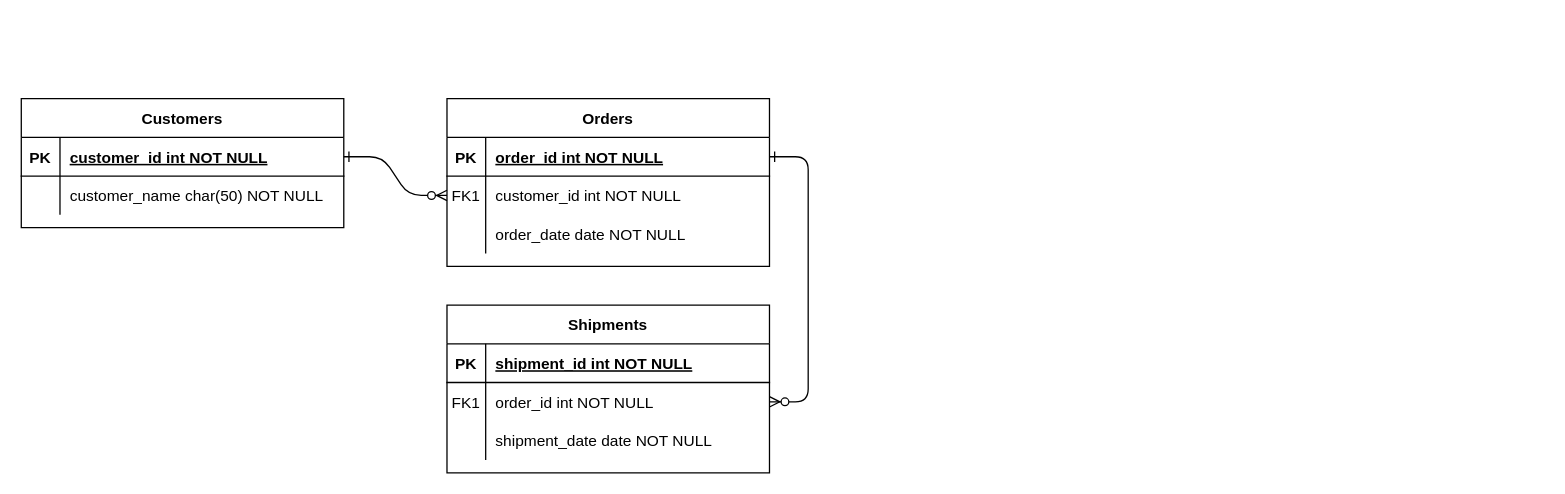
This is betstore.drawio from bharathbv44/java, a draw.io file, before an edit. Source tidied: cells renumbered, new cells numbered last; positions are measured from the earlier drawing's top-left corner, leaving out a move shared by most shapes. Both pictures are drawn from the tidied source at 129%, with x=0, y=0 at pixel (21, 98).
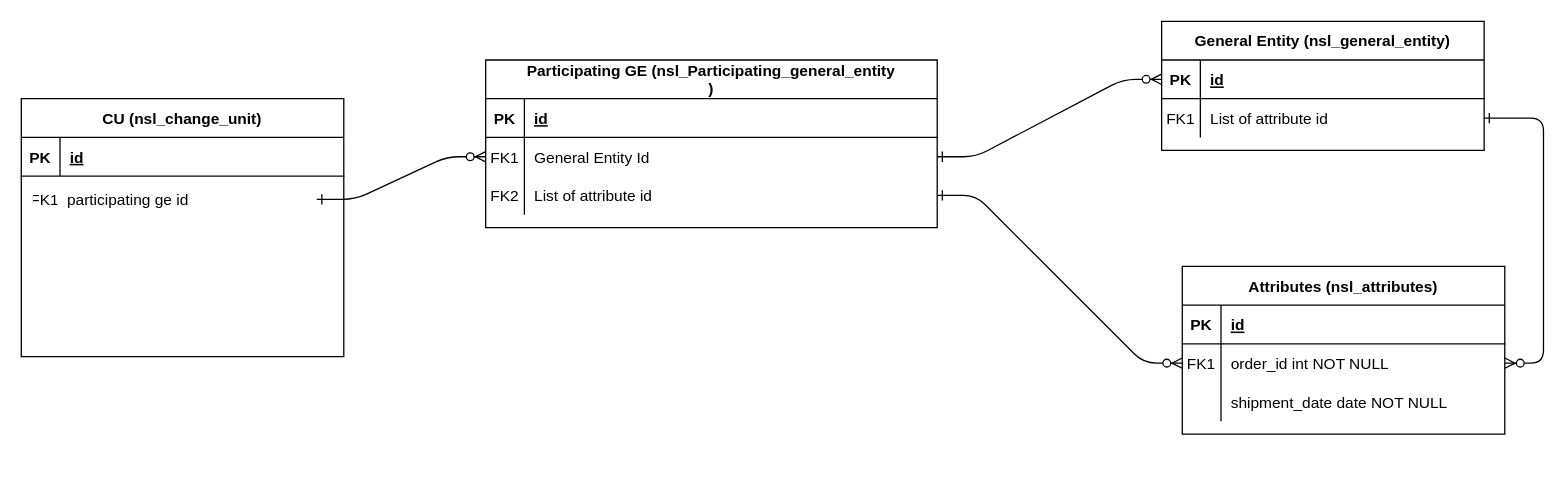
The same diagram, later.

The change refers to these unchanged cells:
```xml
<mxCell id="15" style="shape=partialRectangle;fillColor=none;top=0;left=0;right=0;bottom=1;" parent="14" vertex="1">
  <mxGeometry y="30" width="250" height="30" as="geometry" />
</mxCell>
<mxCell id="18" style="shape=partialRectangle;fillColor=none;points=[[0,0.5],[1,0.5]];portConstraint=eastwest;top=0;left=0;right=0;bottom=0;" parent="14" vertex="1">
  <mxGeometry y="60" width="250" height="30" as="geometry" />
</mxCell>
<mxCell id="25" style="shape=partialRectangle;fillColor=none;points=[[0,0.5],[1,0.5]];portConstraint=eastwest;top=0;left=0;right=0;bottom=1;" parent="24" vertex="1">
  <mxGeometry y="30" width="250" height="30" as="geometry" />
</mxCell>
```

Change to the diagram source:
```diff
@@
-    <mxCell id="2" style="edgeStyle=entityRelationEdgeStyle;endArrow=ERzeroToMany;startArrow=ERone;endFill=1;startFill=0;" parent="1" edge="1" source="25" target="8">
+    <mxCell id="2" style="edgeStyle=entityRelationEdgeStyle;endArrow=ERzeroToMany;startArrow=ERone;endFill=1;startFill=0;" parent="1" edge="1" source="31" target="8">
       <mxGeometry relative="1" as="geometry" />
     </mxCell>
-    <mxCell id="3" style="edgeStyle=entityRelationEdgeStyle;endArrow=ERzeroToMany;startArrow=ERone;endFill=1;startFill=0;" parent="1" edge="1" source="5" target="18">
+    <mxCell id="3" style="edgeStyle=entityRelationEdgeStyle;endArrow=ERzeroToMany;startArrow=ERone;endFill=1;startFill=0;" parent="1" edge="1" source="11" target="18">
       <mxGeometry relative="1" as="geometry" />
     </mxCell>
-    <mxCell id="4" value="Orders" style="shape=table;startSize=30;childLayout=tableLayout;rowLines=0;fontStyle=1;align=center;" parent="1" vertex="1">
-      <mxGeometry x="330" width="250" height="130" as="geometry" />
+    <mxCell id="4" value="Participating GE (nsl_Participating_general_entity&#10;)" style="shape=table;startSize=30;childLayout=tableLayout;rowLines=0;fontStyle=1;align=center;" parent="1" vertex="1">
+      <mxGeometry x="360" y="-30" width="350" height="130" as="geometry" />
     </mxCell>
     <mxCell id="5" style="shape=partialRectangle;fillColor=none;points=[[0,0.5],[1,0.5]];portConstraint=eastwest;top=0;left=0;right=0;bottom=1;" parent="4" vertex="1">
-      <mxGeometry y="30" width="250" height="30" as="geometry" />
+      <mxGeometry y="30" width="350" height="30" as="geometry" />
     </mxCell>
@@
-    <mxCell id="7" value="order_id int NOT NULL " style="shape=partialRectangle;overflow=hidden;fillColor=none;top=0;left=0;bottom=0;right=0;align=left;spacingLeft=6;fontStyle=5;" parent="5" vertex="1">
-      <mxGeometry x="30" width="220" height="30" as="geometry" />
+    <mxCell id="7" value="id" style="shape=partialRectangle;overflow=hidden;fillColor=none;top=0;left=0;bottom=0;right=0;align=left;spacingLeft=6;fontStyle=5;" parent="5" vertex="1">
+      <mxGeometry x="30" width="320" height="30" as="geometry" />
     </mxCell>
     <mxCell id="8" style="shape=partialRectangle;fillColor=none;points=[[0,0.5],[1,0.5]];portConstraint=eastwest;top=0;left=0;right=0;bottom=0;" parent="4" vertex="1">
-      <mxGeometry y="60" width="250" height="30" as="geometry" />
+      <mxGeometry y="60" width="350" height="30" as="geometry" />
     </mxCell>
@@
-    <mxCell id="10" value="customer_id int NOT NULL" style="shape=partialRectangle;overflow=hidden;fillColor=none;top=0;left=0;bottom=0;right=0;align=left;spacingLeft=6;" parent="8" vertex="1">
-      <mxGeometry x="30" width="220" height="30" as="geometry" />
+    <mxCell id="10" value="General Entity Id" style="shape=partialRectangle;overflow=hidden;fillColor=none;top=0;left=0;bottom=0;right=0;align=left;spacingLeft=6;" parent="8" vertex="1">
+      <mxGeometry x="30" width="320" height="30" as="geometry" />
     </mxCell>
     <mxCell id="11" style="shape=partialRectangle;fillColor=none;points=[[0,0.5],[1,0.5]];portConstraint=eastwest;top=0;left=0;right=0;bottom=0;" parent="4" vertex="1">
-      <mxGeometry y="90" width="250" height="30" as="geometry" />
+      <mxGeometry y="90" width="350" height="30" as="geometry" />
     </mxCell>
@@
-    <mxCell id="13" value="order_date date NOT NULL" style="shape=partialRectangle;overflow=hidden;fillColor=none;top=0;left=0;bottom=0;right=0;align=left;spacingLeft=6;" parent="11" vertex="1">
-      <mxGeometry x="30" width="220" height="30" as="geometry" />
+    <mxCell id="13" value="List of attribute id" style="shape=partialRectangle;overflow=hidden;fillColor=none;top=0;left=0;bottom=0;right=0;align=left;spacingLeft=6;" parent="11" vertex="1">
+      <mxGeometry x="30" width="320" height="30" as="geometry" />
     </mxCell>
-    <mxCell id="14" value="Shipments" style="shape=table;startSize=30;childLayout=tableLayout;rowLines=0;fontStyle=1;align=center;" parent="1" vertex="1">
-      <mxGeometry x="330" y="160" width="250" height="130" as="geometry" />
+    <mxCell id="14" value="Attributes (nsl_attributes)" style="shape=table;startSize=30;childLayout=tableLayout;rowLines=0;fontStyle=1;align=center;" parent="1" vertex="1">
+      <mxGeometry x="900" y="130" width="250" height="130" as="geometry" />
     </mxCell>
@@
-    <mxCell id="17" value="shipment_id int NOT NULL " style="shape=partialRectangle;overflow=hidden;fillColor=none;top=0;left=0;bottom=0;right=0;align=left;spacingLeft=6;fontStyle=5;" parent="15" vertex="1">
+    <mxCell id="17" value="id" style="shape=partialRectangle;overflow=hidden;fillColor=none;top=0;left=0;bottom=0;right=0;align=left;spacingLeft=6;fontStyle=5;" parent="15" vertex="1">
       <mxGeometry x="30" width="220" height="30" as="geometry" />
     </mxCell>
@@
-    <mxCell id="24" value="Customers" style="shape=table;startSize=30;childLayout=tableLayout;rowLines=0;fontStyle=1;align=center;" parent="1" vertex="1">
-      <mxGeometry width="250" height="100" as="geometry" />
+    <mxCell id="24" value="CU (nsl_change_unit)" style="shape=table;startSize=30;childLayout=tableLayout;rowLines=0;fontStyle=1;align=center;" parent="1" vertex="1">
+      <mxGeometry width="250" height="200" as="geometry" />
     </mxCell>
@@
-    <mxCell id="27" value="customer_id int NOT NULL " style="shape=partialRectangle;overflow=hidden;fillColor=none;top=0;left=0;bottom=0;right=0;align=left;spacingLeft=6;fontStyle=5;" parent="25" vertex="1">
+    <mxCell id="27" value="id" style="shape=partialRectangle;overflow=hidden;fillColor=none;top=0;left=0;bottom=0;right=0;align=left;spacingLeft=6;fontStyle=5;" parent="25" vertex="1">
       <mxGeometry x="30" width="220" height="30" as="geometry" />
     </mxCell>
+    <mxCell id="31" style="shape=partialRectangle;fillColor=none;points=[[0,0.5],[1,0.5]];portConstraint=eastwest;top=0;left=0;right=0;bottom=0;" parent="1" vertex="1">
+      <mxGeometry x="9" y="63" width="220" height="30" as="geometry" />
+    </mxCell>
+    <mxCell id="32" value="FK1" style="shape=partialRectangle;overflow=hidden;fillColor=none;top=0;left=0;bottom=0;right=0;" parent="31" vertex="1">
+      <mxGeometry width="18.9" height="30" as="geometry" />
+    </mxCell>
+    <mxCell id="33" value="participating ge id" style="shape=partialRectangle;overflow=hidden;fillColor=none;top=0;left=0;bottom=0;right=0;align=left;spacingLeft=6;" parent="31" vertex="1">
+      <mxGeometry x="18.9" width="201.1" height="30" as="geometry" />
+    </mxCell>
+    <mxCell id="34" value="FK2" style="shape=partialRectangle;overflow=hidden;fillColor=none;top=0;left=0;bottom=0;right=0;" parent="1" vertex="1">
+      <mxGeometry x="360" y="60" width="30" height="30" as="geometry" />
+    </mxCell>
+    <mxCell id="35" value="General Entity (nsl_general_entity)" style="shape=table;startSize=30;childLayout=tableLayout;rowLines=0;fontStyle=1;align=center;" parent="1" vertex="1">
+      <mxGeometry x="884" y="-60" width="250" height="100" as="geometry" />
+    </mxCell>
+    <mxCell id="36" style="shape=partialRectangle;fillColor=none;points=[[0,0.5],[1,0.5]];portConstraint=eastwest;top=0;left=0;right=0;bottom=1;" parent="35" vertex="1">
+      <mxGeometry y="30" width="250" height="30" as="geometry" />
+    </mxCell>
+    <mxCell id="37" value="PK" style="shape=partialRectangle;overflow=hidden;fillColor=none;top=0;left=0;bottom=0;right=0;fontStyle=1;" parent="36" vertex="1">
+      <mxGeometry width="30" height="30" as="geometry" />
+    </mxCell>
+    <mxCell id="38" value="id" style="shape=partialRectangle;overflow=hidden;fillColor=none;top=0;left=0;bottom=0;right=0;align=left;spacingLeft=6;fontStyle=5;" parent="36" vertex="1">
+      <mxGeometry x="30" width="220" height="30" as="geometry" />
+    </mxCell>
-    <mxCell id="28" style="shape=partialRectangle;fillColor=none;points=[[0,0.5],[1,0.5]];portConstraint=eastwest;top=0;left=0;right=0;bottom=0;" parent="24" vertex="1">
+    <mxCell id="28" style="shape=partialRectangle;fillColor=none;points=[[0,0.5],[1,0.5]];portConstraint=eastwest;top=0;left=0;right=0;bottom=0;" parent="35" vertex="1">
       <mxGeometry y="60" width="250" height="30" as="geometry" />
     </mxCell>
-    <mxCell id="29" style="shape=partialRectangle;overflow=hidden;fillColor=none;top=0;left=0;bottom=0;right=0;" parent="28" vertex="1">
-      <mxGeometry width="30" height="30" as="geometry" />
-    </mxCell>
-    <mxCell id="30" value="customer_name char(50) NOT NULL" style="shape=partialRectangle;overflow=hidden;fillColor=none;top=0;left=0;bottom=0;right=0;align=left;spacingLeft=6;" parent="28" vertex="1">
-      <mxGeometry x="30" width="220" height="30" as="geometry" />
-    </mxCell>
+    <mxCell id="39" value="FK1" style="shape=partialRectangle;overflow=hidden;fillColor=none;top=0;left=0;bottom=0;right=0;" parent="28" vertex="1">
+      <mxGeometry width="30" height="30" as="geometry" />
+    </mxCell>
+    <mxCell id="40" value="List of attribute id" style="shape=partialRectangle;overflow=hidden;fillColor=none;top=0;left=0;bottom=0;right=0;align=left;spacingLeft=6;" parent="28" vertex="1">
+      <mxGeometry x="30" width="220" height="30" as="geometry" />
+    </mxCell>
+    <mxCell id="41" style="edgeStyle=entityRelationEdgeStyle;endArrow=ERzeroToMany;startArrow=ERone;endFill=1;startFill=0;" parent="1" edge="1" source="8" target="36">
+      <mxGeometry relative="1" as="geometry" />
+    </mxCell>
+    <mxCell id="42" style="edgeStyle=entityRelationEdgeStyle;endArrow=ERzeroToMany;startArrow=ERone;endFill=1;startFill=0;" parent="1" edge="1" source="28" target="18">
+      <mxGeometry relative="1" as="geometry" />
+    </mxCell>
```
